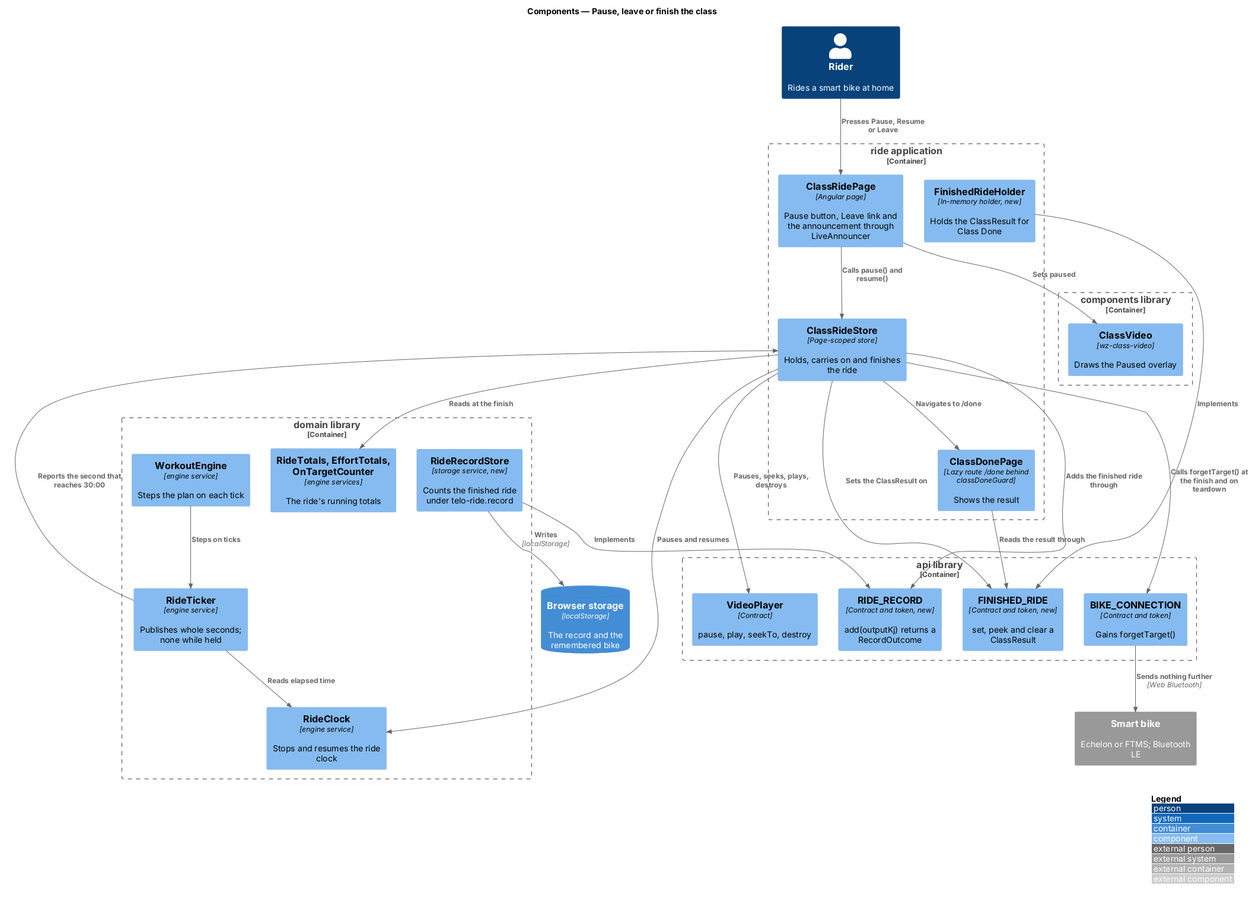
This is docs/detailed-designs/class-ride/pause-leave-or-finish-the-class/diagrams/c4-component.png from QuinntyneBrown/ride-one, a PlantUML export, as it was before one commit. The source it was exported from:
```plantuml
@startuml
!include <C4/C4_Component>
LAYOUT_WITH_LEGEND()
title Components — Pause, leave or finish the class

Person(rider, "Rider", "Rides a smart bike at home")
System_Ext(bike, "Smart bike", "Echelon or FTMS; Bluetooth LE")
ContainerDb(storage, "Browser storage", "localStorage", "The record and the remembered bike")

Container_Boundary(ride, "ride application") {
  Component(page, "ClassRidePage", "Angular page", "Pause button, Leave link and the announcement through LiveAnnouncer")
  Component(store, "ClassRideStore", "Page-scoped store", "Holds, carries on and finishes the ride")
  Component(holder, "FinishedRideHolder", "In-memory holder, new", "Holds the ClassResult for Class Done")
  Component(done, "ClassDonePage", "Lazy route /done behind classDoneGuard", "Shows the result")
}
Container_Boundary(components, "components library") {
  Component(cvideo, "ClassVideo", "wz-class-video", "Draws the Paused overlay")
}
Container_Boundary(domain, "domain library") {
  Component(clock, "RideClock", "engine service", "Stops and resumes the ride clock")
  Component(ticker, "RideTicker", "engine service", "Publishes whole seconds; none while held")
  Component(engine, "WorkoutEngine", "engine service", "Steps the plan on each tick")
  Component(totals, "RideTotals, EffortTotals, OnTargetCounter", "engine services", "The ride's running totals")
  Component(record, "RideRecordStore", "storage service, new", "Counts the finished ride under telo-ride.record")
}
Container_Boundary(api, "api library") {
  Component(conn, "BIKE_CONNECTION", "Contract and token", "Gains forgetTarget()")
  Component(recordToken, "RIDE_RECORD", "Contract and token, new", "add(outputKj) returns a RecordOutcome")
  Component(finished, "FINISHED_RIDE", "Contract and token, new", "set, peek and clear a ClassResult")
  Component(vp, "VideoPlayer", "Contract", "pause, play, seekTo, destroy")
}

Rel(rider, page, "Presses Pause, Resume or Leave")
Rel(page, store, "Calls pause() and resume()")
Rel(page, cvideo, "Sets paused")
Rel(store, clock, "Pauses and resumes")
Rel(ticker, clock, "Reads elapsed time")
Rel(ticker, store, "Reports the second that reaches 30:00")
Rel(engine, ticker, "Steps on ticks")
Rel(store, vp, "Pauses, seeks, plays, destroys")
Rel(store, totals, "Reads at the finish")
Rel(store, recordToken, "Adds the finished ride through")
Rel(record, recordToken, "Implements")
Rel(record, storage, "Writes", "localStorage")
Rel(store, finished, "Sets the ClassResult on")
Rel(holder, finished, "Implements")
Rel(done, finished, "Reads the result through")
Rel(store, done, "Navigates to /done")
Rel(store, conn, "Calls forgetTarget() at the finish and on teardown")
Rel(conn, bike, "Sends nothing further", "Web Bluetooth")
@enduml
```
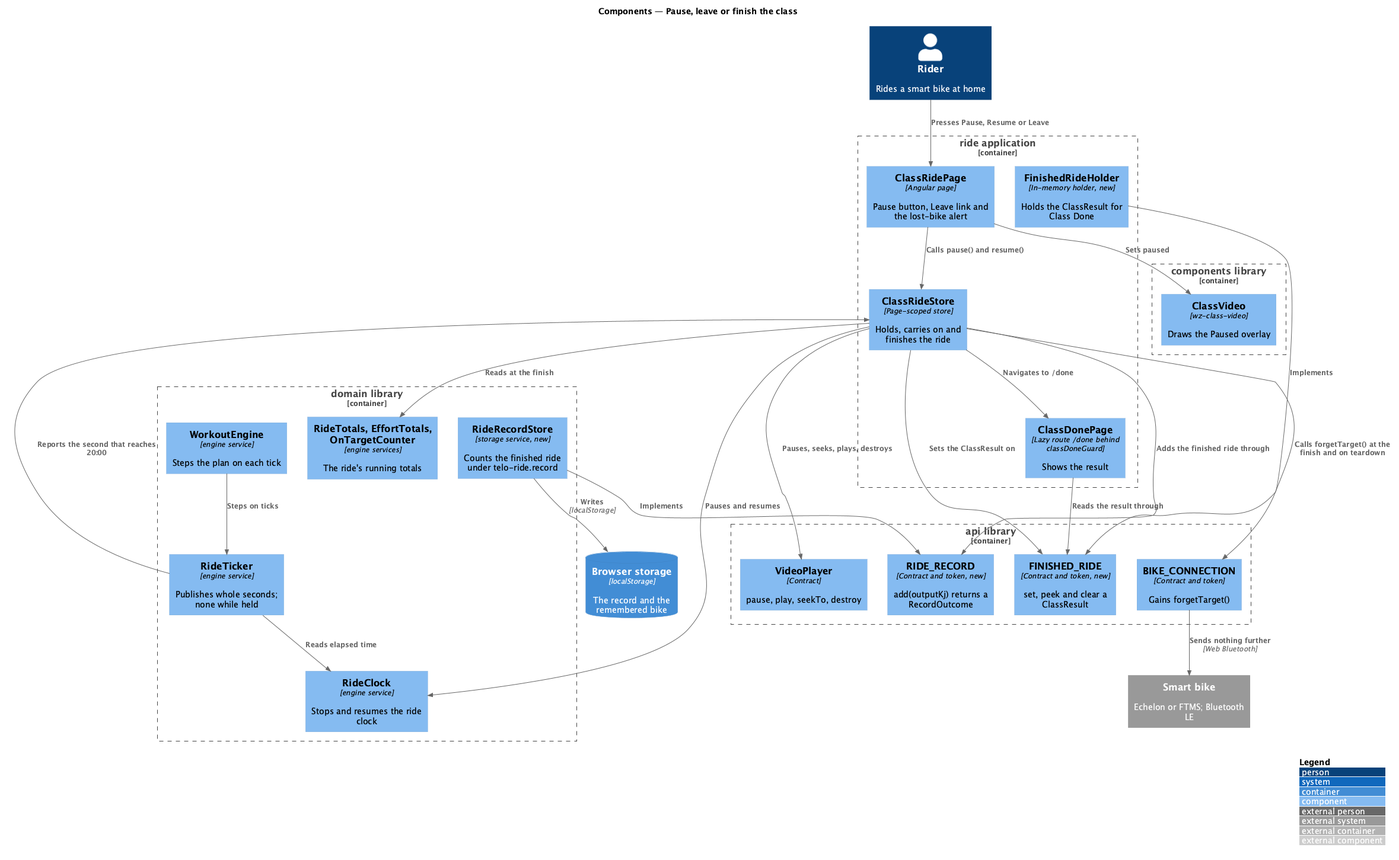
The same file after the commit.

The edit, as a diff of the source:
```diff
@@ -8,7 +8,7 @@
 ContainerDb(storage, "Browser storage", "localStorage", "The record and the remembered bike")
 
 Container_Boundary(ride, "ride application") {
-  Component(page, "ClassRidePage", "Angular page", "Pause button, Leave link and the announcement through LiveAnnouncer")
+  Component(page, "ClassRidePage", "Angular page", "Pause button, Leave link and the lost-bike alert")
   Component(store, "ClassRideStore", "Page-scoped store", "Holds, carries on and finishes the ride")
   Component(holder, "FinishedRideHolder", "In-memory holder, new", "Holds the ClassResult for Class Done")
   Component(done, "ClassDonePage", "Lazy route /done behind classDoneGuard", "Shows the result")
@@ -35,7 +35,7 @@
 Rel(page, cvideo, "Sets paused")
 Rel(store, clock, "Pauses and resumes")
 Rel(ticker, clock, "Reads elapsed time")
-Rel(ticker, store, "Reports the second that reaches 30:00")
+Rel(ticker, store, "Reports the second that reaches 20:00")
 Rel(engine, ticker, "Steps on ticks")
 Rel(store, vp, "Pauses, seeks, plays, destroys")
 Rel(store, totals, "Reads at the finish")
```
